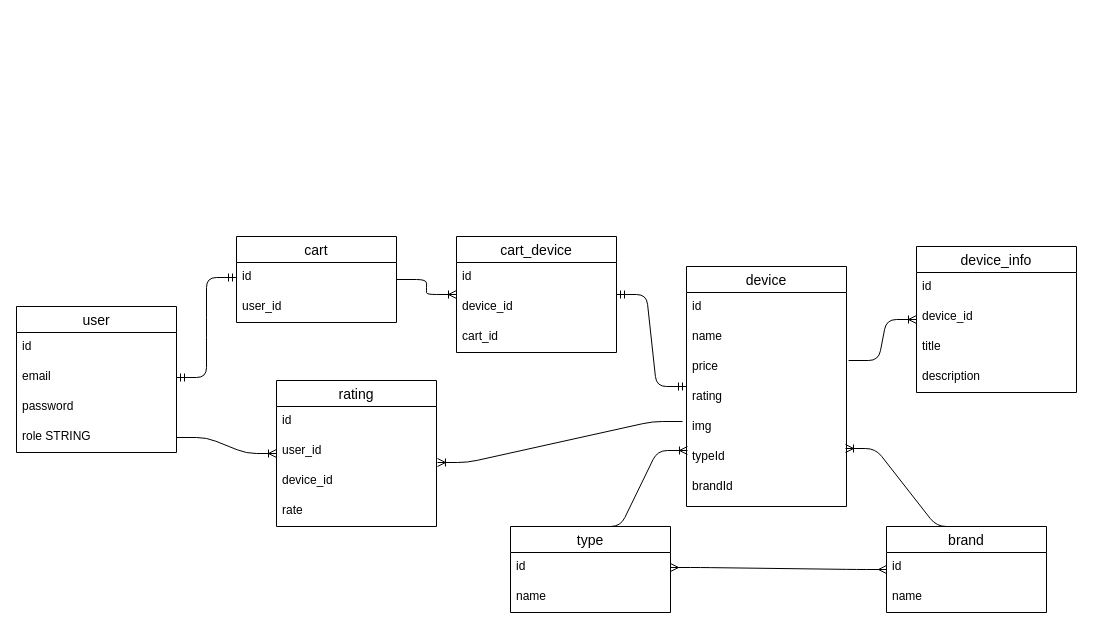
This is database structure.drawio from Nik68rus/pern-project, a draw.io file, before an edit. Source tidied: cells renumbered, new cells numbered last; positions are measured from the earlier drawing's top-left corner, leaving out a move shared by most shapes. Both pictures are drawn from the tidied source at 100%, with x=0, y=0 at pixel (16, 236).
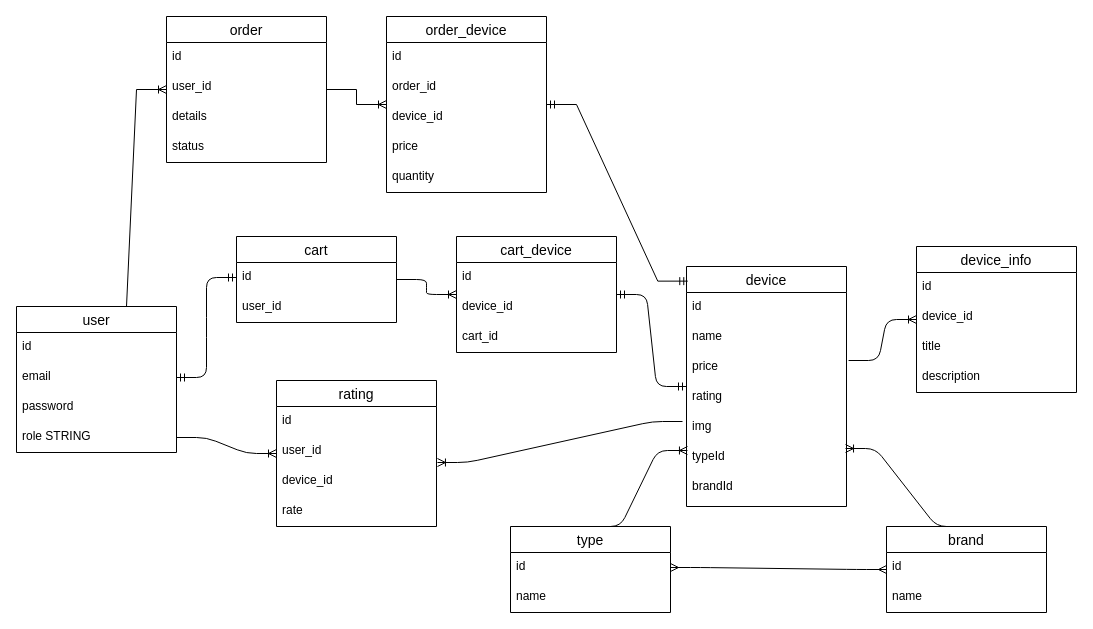
The same page after the edit.

The change refers to these unchanged cells:
```xml
<mxCell id="2" value="user" style="swimlane;fontStyle=0;horizontal=1;startSize=26;align=center;fontSize=14;" parent="1" vertex="1">
  <mxGeometry y="70" width="160" height="146" as="geometry" />
</mxCell>
<mxCell id="11" value="device" style="swimlane;fontStyle=0;horizontal=1;startSize=26;align=center;fontSize=14;" parent="1" vertex="1">
  <mxGeometry x="670" y="30" width="160" height="240" as="geometry" />
</mxCell>
```

The edit, as a diff of the source:
```diff
@@
+    <mxCell id="47" value="order" style="swimlane;fontStyle=0;horizontal=1;startSize=26;align=center;fontSize=14;" parent="1" vertex="1">
+      <mxGeometry x="150" y="-220" width="160" height="146" as="geometry" />
+    </mxCell>
+    <mxCell id="48" value="id" style="text;strokeColor=none;fillColor=none;spacingLeft=4;spacingRight=4;overflow=hidden;fontSize=12;" parent="47" vertex="1">
+      <mxGeometry y="26" width="160" height="30" as="geometry" />
+    </mxCell>
+    <mxCell id="49" value="user_id" style="text;strokeColor=none;fillColor=none;spacingLeft=4;spacingRight=4;overflow=hidden;fontSize=12;" parent="47" vertex="1">
+      <mxGeometry y="56" width="160" height="30" as="geometry" />
+    </mxCell>
+    <mxCell id="50" value="details" style="text;strokeColor=none;fillColor=none;spacingLeft=4;spacingRight=4;overflow=hidden;fontSize=12;" parent="47" vertex="1">
+      <mxGeometry y="86" width="160" height="30" as="geometry" />
+    </mxCell>
+    <mxCell id="51" value="status" style="text;strokeColor=none;fillColor=none;spacingLeft=4;spacingRight=4;overflow=hidden;fontSize=12;" parent="47" vertex="1">
+      <mxGeometry y="116" width="160" height="30" as="geometry" />
+    </mxCell>
+    <mxCell id="52" style="edgeStyle=entityRelationEdgeStyle;fontSize=12;html=1;endArrow=ERoneToMany;rounded=0;exitX=0.5;exitY=0;exitDx=0;exitDy=0;" parent="1" edge="1" source="2" target="47">
+      <mxGeometry relative="1" as="geometry" />
+    </mxCell>
+    <mxCell id="53" style="edgeStyle=entityRelationEdgeStyle;fontSize=12;html=1;endArrow=ERoneToMany;rounded=0;" parent="1" edge="1" source="47" target="54">
+      <mxGeometry relative="1" as="geometry" />
+    </mxCell>
+    <mxCell id="54" value="order_device" style="swimlane;fontStyle=0;horizontal=1;startSize=26;align=center;fontSize=14;" parent="1" vertex="1">
+      <mxGeometry x="370" y="-220" width="160" height="176" as="geometry" />
+    </mxCell>
+    <mxCell id="55" value="id" style="text;strokeColor=none;fillColor=none;spacingLeft=4;spacingRight=4;overflow=hidden;fontSize=12;" parent="54" vertex="1">
+      <mxGeometry y="26" width="160" height="30" as="geometry" />
+    </mxCell>
+    <mxCell id="56" value="order_id" style="text;strokeColor=none;fillColor=none;spacingLeft=4;spacingRight=4;overflow=hidden;fontSize=12;" parent="54" vertex="1">
+      <mxGeometry y="56" width="160" height="30" as="geometry" />
+    </mxCell>
+    <mxCell id="57" value="device_id" style="text;strokeColor=none;fillColor=none;spacingLeft=4;spacingRight=4;overflow=hidden;fontSize=12;" parent="54" vertex="1">
+      <mxGeometry y="86" width="160" height="30" as="geometry" />
+    </mxCell>
+    <mxCell id="58" value="price" style="text;strokeColor=none;fillColor=none;spacingLeft=4;spacingRight=4;overflow=hidden;fontSize=12;" parent="54" vertex="1">
+      <mxGeometry y="116" width="160" height="30" as="geometry" />
+    </mxCell>
+    <mxCell id="59" value="quantity" style="text;strokeColor=none;fillColor=none;spacingLeft=4;spacingRight=4;overflow=hidden;fontSize=12;" parent="54" vertex="1">
+      <mxGeometry y="146" width="160" height="30" as="geometry" />
+    </mxCell>
+    <mxCell id="60" style="edgeStyle=entityRelationEdgeStyle;fontSize=12;html=1;endArrow=ERmandOne;startArrow=ERmandOne;rounded=0;entryX=0.008;entryY=0.061;entryDx=0;entryDy=0;entryPerimeter=0;" parent="1" edge="1" source="54" target="11">
+      <mxGeometry relative="1" as="geometry" />
+    </mxCell>
```
